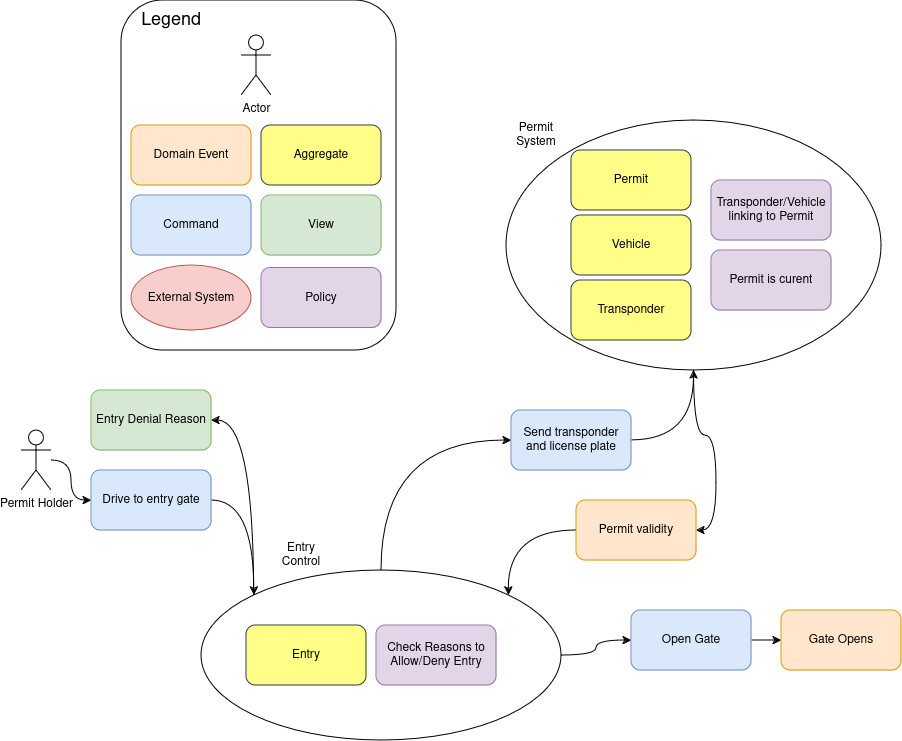
The draw.io diagram Actualmvp.drawio.png in harwoodr/drawio, before a commit. Source tidied: cells renumbered, new cells last; positions are measured from the earlier drawing's top-left corner, leaving out a move shared by most shapes.
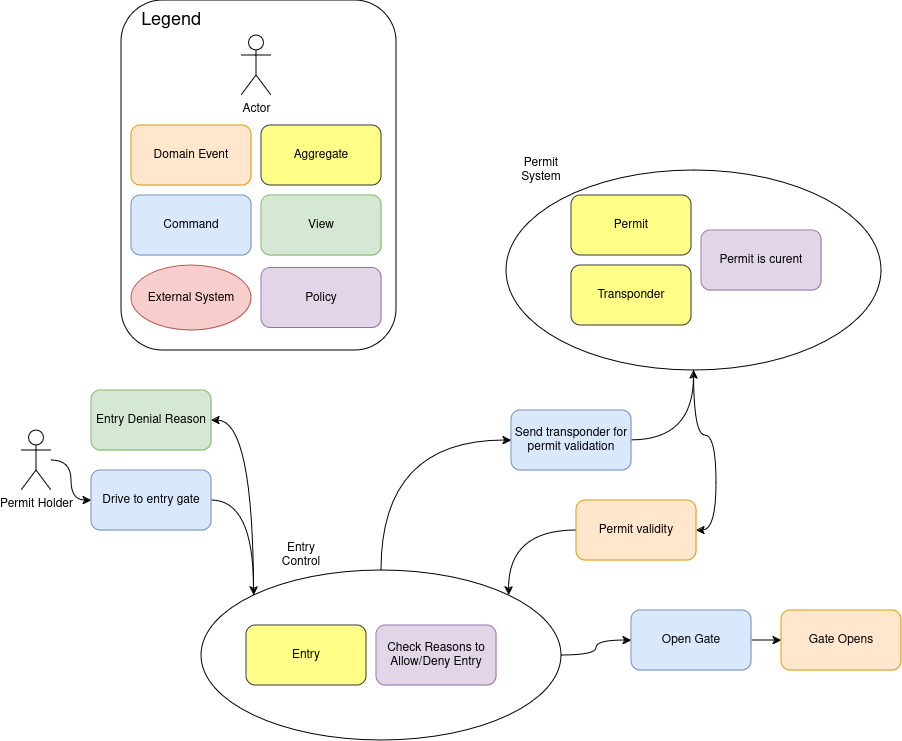
After the change.

The edit, as a diff of the source:
```diff
@@ -6,7 +6,7 @@
       <mxGeometry relative="1" as="geometry" />
     </mxCell>
     <mxCell id="3" style="ellipse;whiteSpace=wrap;html=1;fillColor=none;rounded=1;" parent="1" vertex="1">
-      <mxGeometry x="485" y="120" width="375" height="250" as="geometry" />
+      <mxGeometry x="485" y="170" width="375" height="200" as="geometry" />
     </mxCell>
     <mxCell id="4" style="edgeStyle=orthogonalEdgeStyle;rounded=1;jettySize=auto;html=1;exitX=0.5;exitY=0;exitDx=0;exitDy=0;entryX=0;entryY=0.5;entryDx=0;entryDy=0;curved=1;" parent="1" edge="1" source="7" target="17">
       <mxGeometry relative="1" as="geometry" />
@@ -47,7 +47,7 @@
     <mxCell id="16" style="edgeStyle=orthogonalEdgeStyle;rounded=1;jettySize=auto;html=1;exitX=1;exitY=0.5;exitDx=0;exitDy=0;curved=1;entryX=0.5;entryY=1;entryDx=0;entryDy=0;" parent="1" edge="1" source="17" target="3">
       <mxGeometry relative="1" as="geometry" />
     </mxCell>
-    <mxCell id="17" value="Send transponder and license plate" style="rounded=1;whiteSpace=wrap;html=1;fillColor=#dae8fc;strokeColor=#6c8ebf;" parent="1" vertex="1">
+    <mxCell id="17" value="Send transponder for permit validation" style="rounded=1;whiteSpace=wrap;html=1;fillColor=#dae8fc;strokeColor=#6c8ebf;" parent="1" vertex="1">
       <mxGeometry x="490" y="410" width="120" height="60" as="geometry" />
     </mxCell>
     <mxCell id="18" style="edgeStyle=orthogonalEdgeStyle;rounded=1;jettySize=auto;html=1;exitX=0;exitY=0.5;exitDx=0;exitDy=0;entryX=1;entryY=0;entryDx=0;entryDy=0;curved=1;" parent="1" edge="1" source="19" target="7">
@@ -57,31 +57,25 @@
       <mxGeometry x="555" y="500" width="120" height="60" as="geometry" />
     </mxCell>
     <mxCell id="20" value="Permit" style="rounded=1;whiteSpace=wrap;html=1;fillColor=#ffff88;strokeColor=#36393d;" parent="1" vertex="1">
-      <mxGeometry x="550" y="150" width="120" height="60" as="geometry" />
+      <mxGeometry x="550" y="195" width="120" height="60" as="geometry" />
     </mxCell>
     <mxCell id="21" value="Entry Control" style="text;html=1;align=center;verticalAlign=middle;whiteSpace=wrap;rounded=0;" parent="1" vertex="1">
       <mxGeometry x="250" y="540" width="60" height="30" as="geometry" />
     </mxCell>
-    <mxCell id="22" value="Transponder/Vehicle linking to Permit" style="rounded=1;whiteSpace=wrap;html=1;fillColor=#e1d5e7;strokeColor=#9673a6;" parent="1" vertex="1">
-      <mxGeometry x="690" y="180" width="120" height="60" as="geometry" />
-    </mxCell>
     <mxCell id="23" value="Check Reasons to Allow/Deny Entry" style="rounded=1;whiteSpace=wrap;html=1;fillColor=#e1d5e7;strokeColor=#9673a6;" parent="1" vertex="1">
       <mxGeometry x="355" y="625" width="120" height="60" as="geometry" />
     </mxCell>
     <mxCell id="24" value="Entry Denial Reason" style="rounded=1;whiteSpace=wrap;html=1;fillColor=#d5e8d4;strokeColor=#82b366;" parent="1" vertex="1">
       <mxGeometry x="70" y="390" width="120" height="60" as="geometry" />
     </mxCell>
-    <mxCell id="25" value="&lt;div&gt;Vehicle&lt;/div&gt;" style="rounded=1;whiteSpace=wrap;html=1;fillColor=#ffff88;strokeColor=#36393d;" parent="1" vertex="1">
-      <mxGeometry x="550" y="215" width="120" height="60" as="geometry" />
-    </mxCell>
     <mxCell id="26" value="Transponder" style="rounded=1;whiteSpace=wrap;html=1;fillColor=#ffff88;strokeColor=#36393d;" parent="1" vertex="1">
-      <mxGeometry x="550" y="280" width="120" height="60" as="geometry" />
+      <mxGeometry x="550" y="265" width="120" height="60" as="geometry" />
     </mxCell>
     <mxCell id="27" value="Permit is curent" style="rounded=1;whiteSpace=wrap;html=1;fillColor=#e1d5e7;strokeColor=#9673a6;" parent="1" vertex="1">
-      <mxGeometry x="690" y="250" width="120" height="60" as="geometry" />
+      <mxGeometry x="680" y="230" width="120" height="60" as="geometry" />
     </mxCell>
     <mxCell id="28" value="Permit System" style="text;html=1;align=center;verticalAlign=middle;whiteSpace=wrap;rounded=0;" parent="1" vertex="1">
-      <mxGeometry x="485" y="120" width="60" height="30" as="geometry" />
+      <mxGeometry x="490" y="155" width="60" height="30" as="geometry" />
     </mxCell>
     <mxCell id="29" value="Domain Event" style="rounded=1;whiteSpace=wrap;html=1;fillColor=#ffe6cc;strokeColor=#d79b00;" parent="1" vertex="1">
       <mxGeometry x="110" y="125" width="120" height="60" as="geometry" />
```
